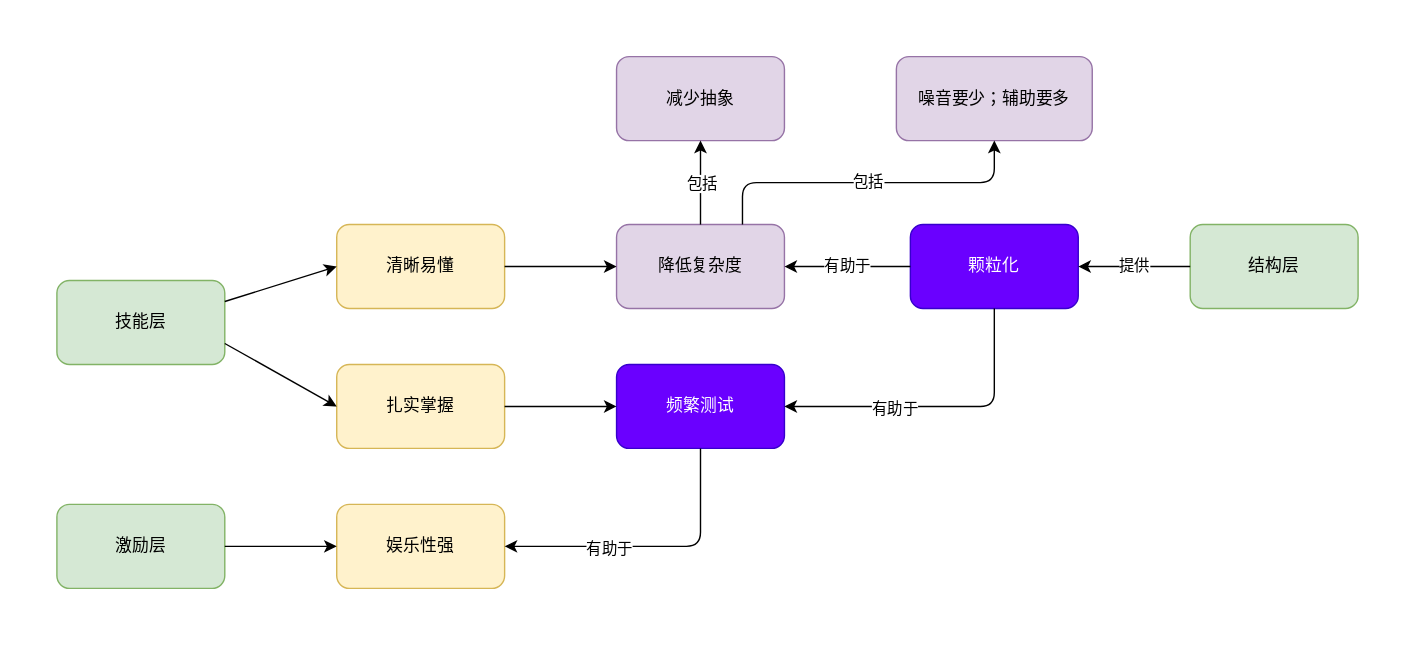
Before: content/edu/img/relation.svg, a diagram exported from draw.io (lin/lin.github.io). Source tidied: cells renumbered, new cells last; positions are measured from the earlier drawing's top-left corner, leaving out a move shared by most shapes. The source it was exported from:
```xml
<mxGraphModel>
  <root>
    <mxCell id="0" />
    <mxCell id="1" parent="0" />
    <mxCell id="2" style="rounded=0;whiteSpace=wrap;html=1;strokeColor=none;" parent="1" vertex="1">
      <mxGeometry width="1000" height="460" as="geometry" />
    </mxCell>
    <mxCell id="3" value="技能层" style="rounded=1;whiteSpace=wrap;html=1;fillColor=#d5e8d4;strokeColor=#82b366;" parent="1" vertex="1">
      <mxGeometry x="40" y="200" width="120" height="60" as="geometry" />
    </mxCell>
    <mxCell id="4" value="结构层" style="rounded=1;whiteSpace=wrap;html=1;fillColor=#d5e8d4;strokeColor=#82b366;" parent="1" vertex="1">
      <mxGeometry x="850" y="160" width="120" height="60" as="geometry" />
    </mxCell>
    <mxCell id="5" value="颗粒化" style="rounded=1;whiteSpace=wrap;html=1;fillColor=#6a00ff;fontColor=#ffffff;strokeColor=#3700CC;" parent="1" vertex="1">
      <mxGeometry x="650" y="160" width="120" height="60" as="geometry" />
    </mxCell>
    <mxCell id="6" value="提供" style="endArrow=classic;html=1;rounded=0;exitX=0;exitY=0.5;exitDx=0;exitDy=0;entryX=1;entryY=0.5;entryDx=0;entryDy=0;" parent="1" edge="1" source="4" target="5">
      <mxGeometry relative="1" as="geometry" />
    </mxCell>
    <mxCell id="7" value="清晰易懂" style="rounded=1;whiteSpace=wrap;html=1;fillColor=#fff2cc;strokeColor=#d6b656;" parent="1" vertex="1">
      <mxGeometry x="240" y="160" width="120" height="60" as="geometry" />
    </mxCell>
    <mxCell id="8" value="扎实掌握" style="rounded=1;whiteSpace=wrap;html=1;fillColor=#fff2cc;strokeColor=#d6b656;" parent="1" vertex="1">
      <mxGeometry x="240" y="260" width="120" height="60" as="geometry" />
    </mxCell>
    <mxCell id="9" style="endArrow=classic;html=1;rounded=0;exitX=1;exitY=0.25;exitDx=0;exitDy=0;entryX=0;entryY=0.5;entryDx=0;entryDy=0;" parent="1" edge="1" source="3" target="7">
      <mxGeometry relative="1" as="geometry" />
    </mxCell>
    <mxCell id="10" style="endArrow=classic;html=1;rounded=0;exitX=1;exitY=0.75;exitDx=0;exitDy=0;entryX=0;entryY=0.5;entryDx=0;entryDy=0;" parent="1" edge="1" source="3" target="8">
      <mxGeometry relative="1" as="geometry" />
    </mxCell>
    <mxCell id="11" value="降低复杂度" style="rounded=1;whiteSpace=wrap;html=1;fillColor=#e1d5e7;strokeColor=#9673a6;" parent="1" vertex="1">
      <mxGeometry x="440" y="160" width="120" height="60" as="geometry" />
    </mxCell>
    <mxCell id="12" style="endArrow=classic;html=1;rounded=0;exitX=1;exitY=0.5;exitDx=0;exitDy=0;entryX=0;entryY=0.5;entryDx=0;entryDy=0;" parent="1" edge="1" source="7" target="11">
      <mxGeometry relative="1" as="geometry" />
    </mxCell>
    <mxCell id="13" value="减少抽象" style="rounded=1;whiteSpace=wrap;html=1;fillColor=#e1d5e7;strokeColor=#9673a6;" parent="1" vertex="1">
      <mxGeometry x="440" y="40" width="120" height="60" as="geometry" />
    </mxCell>
    <mxCell id="14" style="endArrow=classic;html=1;rounded=0;entryX=0.5;entryY=1;entryDx=0;entryDy=0;exitX=0.5;exitY=0;exitDx=0;exitDy=0;" parent="1" edge="1" source="11" target="13">
      <mxGeometry relative="1" as="geometry" />
    </mxCell>
    <mxCell id="15" value="包括" style="edgeLabel;html=1;align=center;verticalAlign=middle;" parent="14" vertex="1">
      <mxGeometry x="-0.1" y="-1" relative="1" as="geometry">
        <mxPoint x="-1" y="-3" as="offset" />
      </mxGeometry>
    </mxCell>
    <mxCell id="16" value="频繁测试" style="rounded=1;whiteSpace=wrap;html=1;fillColor=#6a00ff;fontColor=#ffffff;strokeColor=#3700CC;" parent="1" vertex="1">
      <mxGeometry x="440" y="260" width="120" height="60" as="geometry" />
    </mxCell>
    <mxCell id="17" style="endArrow=classic;html=1;rounded=0;exitX=1;exitY=0.5;exitDx=0;exitDy=0;entryX=0;entryY=0.5;entryDx=0;entryDy=0;" parent="1" edge="1" source="8" target="16">
      <mxGeometry relative="1" as="geometry" />
    </mxCell>
    <mxCell id="18" value="有助于" style="endArrow=classic;html=1;rounded=0;entryX=1;entryY=0.5;entryDx=0;entryDy=0;exitX=0;exitY=0.5;exitDx=0;exitDy=0;" parent="1" edge="1" source="5" target="11">
      <mxGeometry relative="1" as="geometry" />
    </mxCell>
    <mxCell id="19" style="edgeStyle=elbowEdgeStyle;elbow=horizontal;endArrow=classic;html=1;rounded=1;exitX=0.5;exitY=1;exitDx=0;exitDy=0;entryX=1;entryY=0.5;entryDx=0;entryDy=0;" parent="1" edge="1" source="5" target="16">
      <mxGeometry relative="1" as="geometry">
        <Array as="points">
          <mxPoint x="710" y="250" />
        </Array>
      </mxGeometry>
    </mxCell>
    <mxCell id="20" value="有助于" style="edgeLabel;html=1;align=center;verticalAlign=middle;" parent="19" vertex="1">
      <mxGeometry x="0.3" y="1" relative="1" as="geometry" />
    </mxCell>
    <mxCell id="21" value="噪音要少；辅助要多" style="rounded=1;whiteSpace=wrap;html=1;fillColor=#e1d5e7;strokeColor=#9673a6;" parent="1" vertex="1">
      <mxGeometry x="640" y="40" width="140" height="60" as="geometry" />
    </mxCell>
    <mxCell id="22" style="edgeStyle=elbowEdgeStyle;elbow=vertical;endArrow=classic;html=1;rounded=1;entryX=0.5;entryY=1;entryDx=0;entryDy=0;exitX=0.75;exitY=0;exitDx=0;exitDy=0;" parent="1" edge="1" source="11" target="21">
      <mxGeometry relative="1" as="geometry" />
    </mxCell>
    <mxCell id="23" value="包括" style="edgeLabel;html=1;align=center;verticalAlign=middle;" parent="22" vertex="1">
      <mxGeometry x="0.15" y="1" relative="1" as="geometry">
        <mxPoint x="-19" as="offset" />
      </mxGeometry>
    </mxCell>
    <mxCell id="24" value="激励层" style="rounded=1;whiteSpace=wrap;html=1;fillColor=#d5e8d4;strokeColor=#82b366;" parent="1" vertex="1">
      <mxGeometry x="40" y="360" width="120" height="60" as="geometry" />
    </mxCell>
    <mxCell id="25" value="娱乐性强" style="rounded=1;whiteSpace=wrap;html=1;fillColor=#fff2cc;strokeColor=#d6b656;" parent="1" vertex="1">
      <mxGeometry x="240" y="360" width="120" height="60" as="geometry" />
    </mxCell>
    <mxCell id="26" style="endArrow=classic;html=1;rounded=1;exitX=1;exitY=0.5;exitDx=0;exitDy=0;entryX=0;entryY=0.5;entryDx=0;entryDy=0;" parent="1" edge="1" source="24" target="25">
      <mxGeometry relative="1" as="geometry" />
    </mxCell>
    <mxCell id="27" style="edgeStyle=elbowEdgeStyle;elbow=horizontal;endArrow=classic;html=1;rounded=1;exitX=0.5;exitY=1;exitDx=0;exitDy=0;entryX=1;entryY=0.5;entryDx=0;entryDy=0;" parent="1" edge="1" source="16" target="25">
      <mxGeometry relative="1" as="geometry">
        <Array as="points">
          <mxPoint x="500" y="370" />
        </Array>
      </mxGeometry>
    </mxCell>
    <mxCell id="28" value="有助于" style="edgeLabel;html=1;align=center;verticalAlign=middle;" parent="27" vertex="1">
      <mxGeometry x="0.3" y="1" relative="1" as="geometry" />
    </mxCell>
  </root>
</mxGraphModel>
```
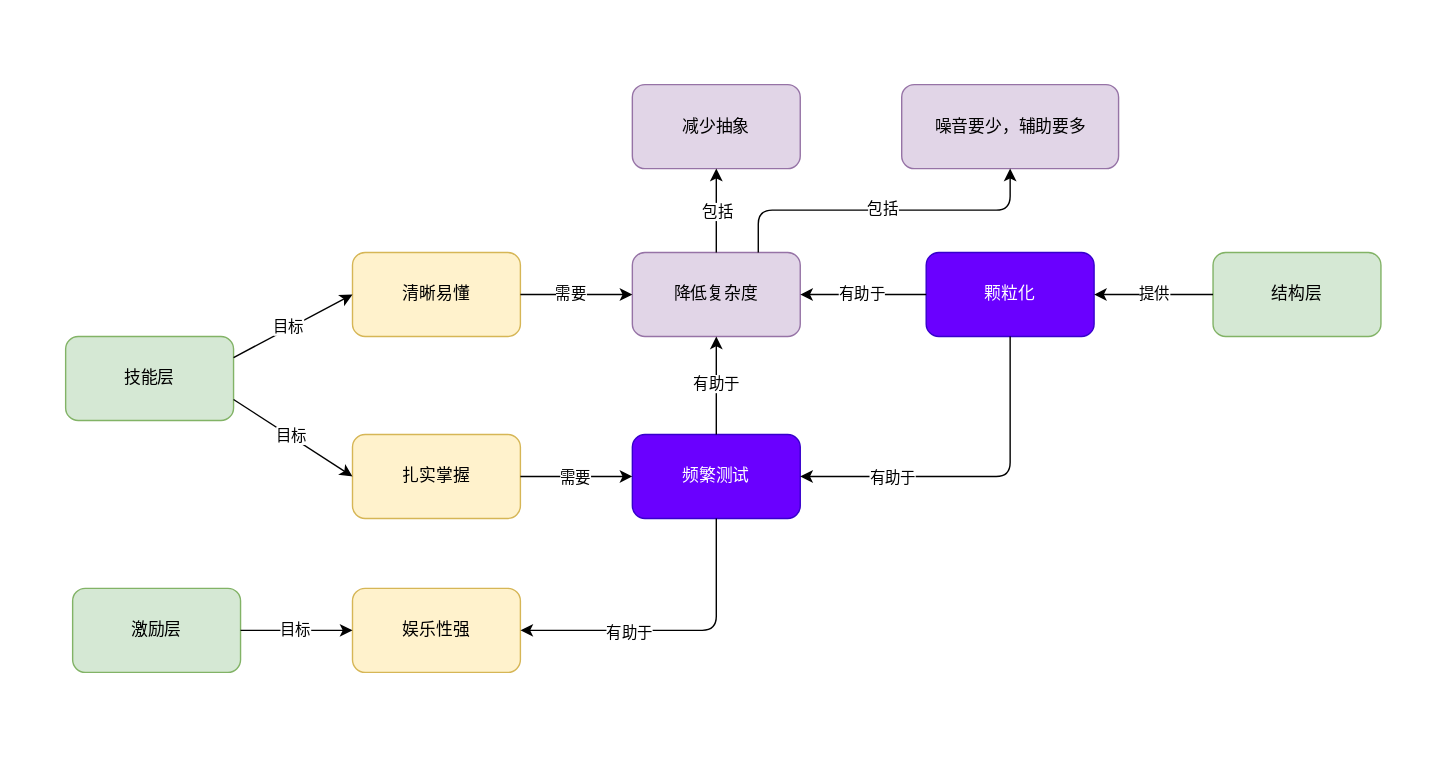
After the change.

What changed in the source:
```diff
@@ -3,40 +3,51 @@
     <mxCell id="0" />
     <mxCell id="1" parent="0" />
     <mxCell id="2" style="rounded=0;whiteSpace=wrap;html=1;strokeColor=none;" parent="1" vertex="1">
-      <mxGeometry width="1000" height="460" as="geometry" />
+      <mxGeometry x="28.8" width="1022.5" height="540" as="geometry" />
     </mxCell>
     <mxCell id="3" value="技能层" style="rounded=1;whiteSpace=wrap;html=1;fillColor=#d5e8d4;strokeColor=#82b366;" parent="1" vertex="1">
-      <mxGeometry x="40" y="200" width="120" height="60" as="geometry" />
+      <mxGeometry x="75" y="240" width="120" height="60" as="geometry" />
     </mxCell>
     <mxCell id="4" value="结构层" style="rounded=1;whiteSpace=wrap;html=1;fillColor=#d5e8d4;strokeColor=#82b366;" parent="1" vertex="1">
-      <mxGeometry x="850" y="160" width="120" height="60" as="geometry" />
+      <mxGeometry x="895" y="180" width="120" height="60" as="geometry" />
     </mxCell>
     <mxCell id="5" value="颗粒化" style="rounded=1;whiteSpace=wrap;html=1;fillColor=#6a00ff;fontColor=#ffffff;strokeColor=#3700CC;" parent="1" vertex="1">
-      <mxGeometry x="650" y="160" width="120" height="60" as="geometry" />
+      <mxGeometry x="690" y="180" width="120" height="60" as="geometry" />
     </mxCell>
     <mxCell id="6" value="提供" style="endArrow=classic;html=1;rounded=0;exitX=0;exitY=0.5;exitDx=0;exitDy=0;entryX=1;entryY=0.5;entryDx=0;entryDy=0;" parent="1" edge="1" source="4" target="5">
       <mxGeometry relative="1" as="geometry" />
     </mxCell>
     <mxCell id="7" value="清晰易懂" style="rounded=1;whiteSpace=wrap;html=1;fillColor=#fff2cc;strokeColor=#d6b656;" parent="1" vertex="1">
-      <mxGeometry x="240" y="160" width="120" height="60" as="geometry" />
+      <mxGeometry x="280" y="180" width="120" height="60" as="geometry" />
     </mxCell>
     <mxCell id="8" value="扎实掌握" style="rounded=1;whiteSpace=wrap;html=1;fillColor=#fff2cc;strokeColor=#d6b656;" parent="1" vertex="1">
-      <mxGeometry x="240" y="260" width="120" height="60" as="geometry" />
+      <mxGeometry x="280" y="310" width="120" height="60" as="geometry" />
     </mxCell>
     <mxCell id="9" style="endArrow=classic;html=1;rounded=0;exitX=1;exitY=0.25;exitDx=0;exitDy=0;entryX=0;entryY=0.5;entryDx=0;entryDy=0;" parent="1" edge="1" source="3" target="7">
       <mxGeometry relative="1" as="geometry" />
     </mxCell>
+    <mxCell id="29" value="目标" style="edgeLabel;html=1;align=center;verticalAlign=middle;" parent="9" vertex="1">
+      <mxGeometry x="-0.06" y="3" relative="1" as="geometry">
+        <mxPoint y="1" as="offset" />
+      </mxGeometry>
+    </mxCell>
     <mxCell id="10" style="endArrow=classic;html=1;rounded=0;exitX=1;exitY=0.75;exitDx=0;exitDy=0;entryX=0;entryY=0.5;entryDx=0;entryDy=0;" parent="1" edge="1" source="3" target="8">
       <mxGeometry relative="1" as="geometry" />
     </mxCell>
+    <mxCell id="30" value="目标" style="edgeLabel;html=1;align=center;verticalAlign=middle;" parent="10" vertex="1">
+      <mxGeometry x="-0.05" y="1" relative="1" as="geometry" />
+    </mxCell>
     <mxCell id="11" value="降低复杂度" style="rounded=1;whiteSpace=wrap;html=1;fillColor=#e1d5e7;strokeColor=#9673a6;" parent="1" vertex="1">
-      <mxGeometry x="440" y="160" width="120" height="60" as="geometry" />
+      <mxGeometry x="480" y="180" width="120" height="60" as="geometry" />
     </mxCell>
     <mxCell id="12" style="endArrow=classic;html=1;rounded=0;exitX=1;exitY=0.5;exitDx=0;exitDy=0;entryX=0;entryY=0.5;entryDx=0;entryDy=0;" parent="1" edge="1" source="7" target="11">
       <mxGeometry relative="1" as="geometry" />
     </mxCell>
+    <mxCell id="31" value="需要" style="edgeLabel;html=1;align=center;verticalAlign=middle;" parent="12" vertex="1">
+      <mxGeometry x="-0.1" y="1" relative="1" as="geometry" />
+    </mxCell>
     <mxCell id="13" value="减少抽象" style="rounded=1;whiteSpace=wrap;html=1;fillColor=#e1d5e7;strokeColor=#9673a6;" parent="1" vertex="1">
-      <mxGeometry x="440" y="40" width="120" height="60" as="geometry" />
+      <mxGeometry x="480" y="60" width="120" height="60" as="geometry" />
     </mxCell>
     <mxCell id="14" style="endArrow=classic;html=1;rounded=0;entryX=0.5;entryY=1;entryDx=0;entryDy=0;exitX=0.5;exitY=0;exitDx=0;exitDy=0;" parent="1" edge="1" source="11" target="13">
       <mxGeometry relative="1" as="geometry" />
@@ -47,26 +58,33 @@
       </mxGeometry>
     </mxCell>
     <mxCell id="16" value="频繁测试" style="rounded=1;whiteSpace=wrap;html=1;fillColor=#6a00ff;fontColor=#ffffff;strokeColor=#3700CC;" parent="1" vertex="1">
-      <mxGeometry x="440" y="260" width="120" height="60" as="geometry" />
+      <mxGeometry x="480" y="310" width="120" height="60" as="geometry" />
     </mxCell>
     <mxCell id="17" style="endArrow=classic;html=1;rounded=0;exitX=1;exitY=0.5;exitDx=0;exitDy=0;entryX=0;entryY=0.5;entryDx=0;entryDy=0;" parent="1" edge="1" source="8" target="16">
       <mxGeometry relative="1" as="geometry" />
     </mxCell>
+    <mxCell id="32" value="需要" style="edgeLabel;html=1;align=center;verticalAlign=middle;" parent="17" vertex="1">
+      <mxGeometry x="0.05" relative="1" as="geometry">
+        <mxPoint x="-4" as="offset" />
+      </mxGeometry>
+    </mxCell>
     <mxCell id="18" value="有助于" style="endArrow=classic;html=1;rounded=0;entryX=1;entryY=0.5;entryDx=0;entryDy=0;exitX=0;exitY=0.5;exitDx=0;exitDy=0;" parent="1" edge="1" source="5" target="11">
       <mxGeometry relative="1" as="geometry" />
     </mxCell>
     <mxCell id="19" style="edgeStyle=elbowEdgeStyle;elbow=horizontal;endArrow=classic;html=1;rounded=1;exitX=0.5;exitY=1;exitDx=0;exitDy=0;entryX=1;entryY=0.5;entryDx=0;entryDy=0;" parent="1" edge="1" source="5" target="16">
       <mxGeometry relative="1" as="geometry">
         <Array as="points">
-          <mxPoint x="710" y="250" />
+          <mxPoint x="750" y="250" />
         </Array>
       </mxGeometry>
     </mxCell>
     <mxCell id="20" value="有助于" style="edgeLabel;html=1;align=center;verticalAlign=middle;" parent="19" vertex="1">
-      <mxGeometry x="0.3" y="1" relative="1" as="geometry" />
+      <mxGeometry x="0.3" y="1" relative="1" as="geometry">
+        <mxPoint x="-22" y="-1" as="offset" />
+      </mxGeometry>
     </mxCell>
-    <mxCell id="21" value="噪音要少；辅助要多" style="rounded=1;whiteSpace=wrap;html=1;fillColor=#e1d5e7;strokeColor=#9673a6;" parent="1" vertex="1">
-      <mxGeometry x="640" y="40" width="140" height="60" as="geometry" />
+    <mxCell id="21" value="噪音要少，辅助要多" style="rounded=1;whiteSpace=wrap;html=1;fillColor=#e1d5e7;strokeColor=#9673a6;" parent="1" vertex="1">
+      <mxGeometry x="672.5" y="60" width="155" height="60" as="geometry" />
     </mxCell>
     <mxCell id="22" style="edgeStyle=elbowEdgeStyle;elbow=vertical;endArrow=classic;html=1;rounded=1;entryX=0.5;entryY=1;entryDx=0;entryDy=0;exitX=0.75;exitY=0;exitDx=0;exitDy=0;" parent="1" edge="1" source="11" target="21">
       <mxGeometry relative="1" as="geometry" />
@@ -77,23 +95,29 @@
       </mxGeometry>
     </mxCell>
     <mxCell id="24" value="激励层" style="rounded=1;whiteSpace=wrap;html=1;fillColor=#d5e8d4;strokeColor=#82b366;" parent="1" vertex="1">
-      <mxGeometry x="40" y="360" width="120" height="60" as="geometry" />
+      <mxGeometry x="80" y="420" width="120" height="60" as="geometry" />
     </mxCell>
     <mxCell id="25" value="娱乐性强" style="rounded=1;whiteSpace=wrap;html=1;fillColor=#fff2cc;strokeColor=#d6b656;" parent="1" vertex="1">
-      <mxGeometry x="240" y="360" width="120" height="60" as="geometry" />
+      <mxGeometry x="280" y="420" width="120" height="60" as="geometry" />
     </mxCell>
     <mxCell id="26" style="endArrow=classic;html=1;rounded=1;exitX=1;exitY=0.5;exitDx=0;exitDy=0;entryX=0;entryY=0.5;entryDx=0;entryDy=0;" parent="1" edge="1" source="24" target="25">
       <mxGeometry relative="1" as="geometry" />
     </mxCell>
+    <mxCell id="33" value="目标" style="edgeLabel;html=1;align=center;verticalAlign=middle;" parent="26" vertex="1">
+      <mxGeometry x="-0.03" y="1" relative="1" as="geometry" />
+    </mxCell>
     <mxCell id="27" style="edgeStyle=elbowEdgeStyle;elbow=horizontal;endArrow=classic;html=1;rounded=1;exitX=0.5;exitY=1;exitDx=0;exitDy=0;entryX=1;entryY=0.5;entryDx=0;entryDy=0;" parent="1" edge="1" source="16" target="25">
       <mxGeometry relative="1" as="geometry">
         <Array as="points">
-          <mxPoint x="500" y="370" />
+          <mxPoint x="540" y="370" />
         </Array>
       </mxGeometry>
     </mxCell>
     <mxCell id="28" value="有助于" style="edgeLabel;html=1;align=center;verticalAlign=middle;" parent="27" vertex="1">
       <mxGeometry x="0.3" y="1" relative="1" as="geometry" />
     </mxCell>
+    <mxCell id="34" value="有助于" style="endArrow=classic;html=1;rounded=0;exitX=0.5;exitY=0;exitDx=0;exitDy=0;entryX=0.5;entryY=1;entryDx=0;entryDy=0;" parent="1" edge="1" source="16" target="11">
+      <mxGeometry relative="1" as="geometry" />
+    </mxCell>
   </root>
 </mxGraphModel>
```
